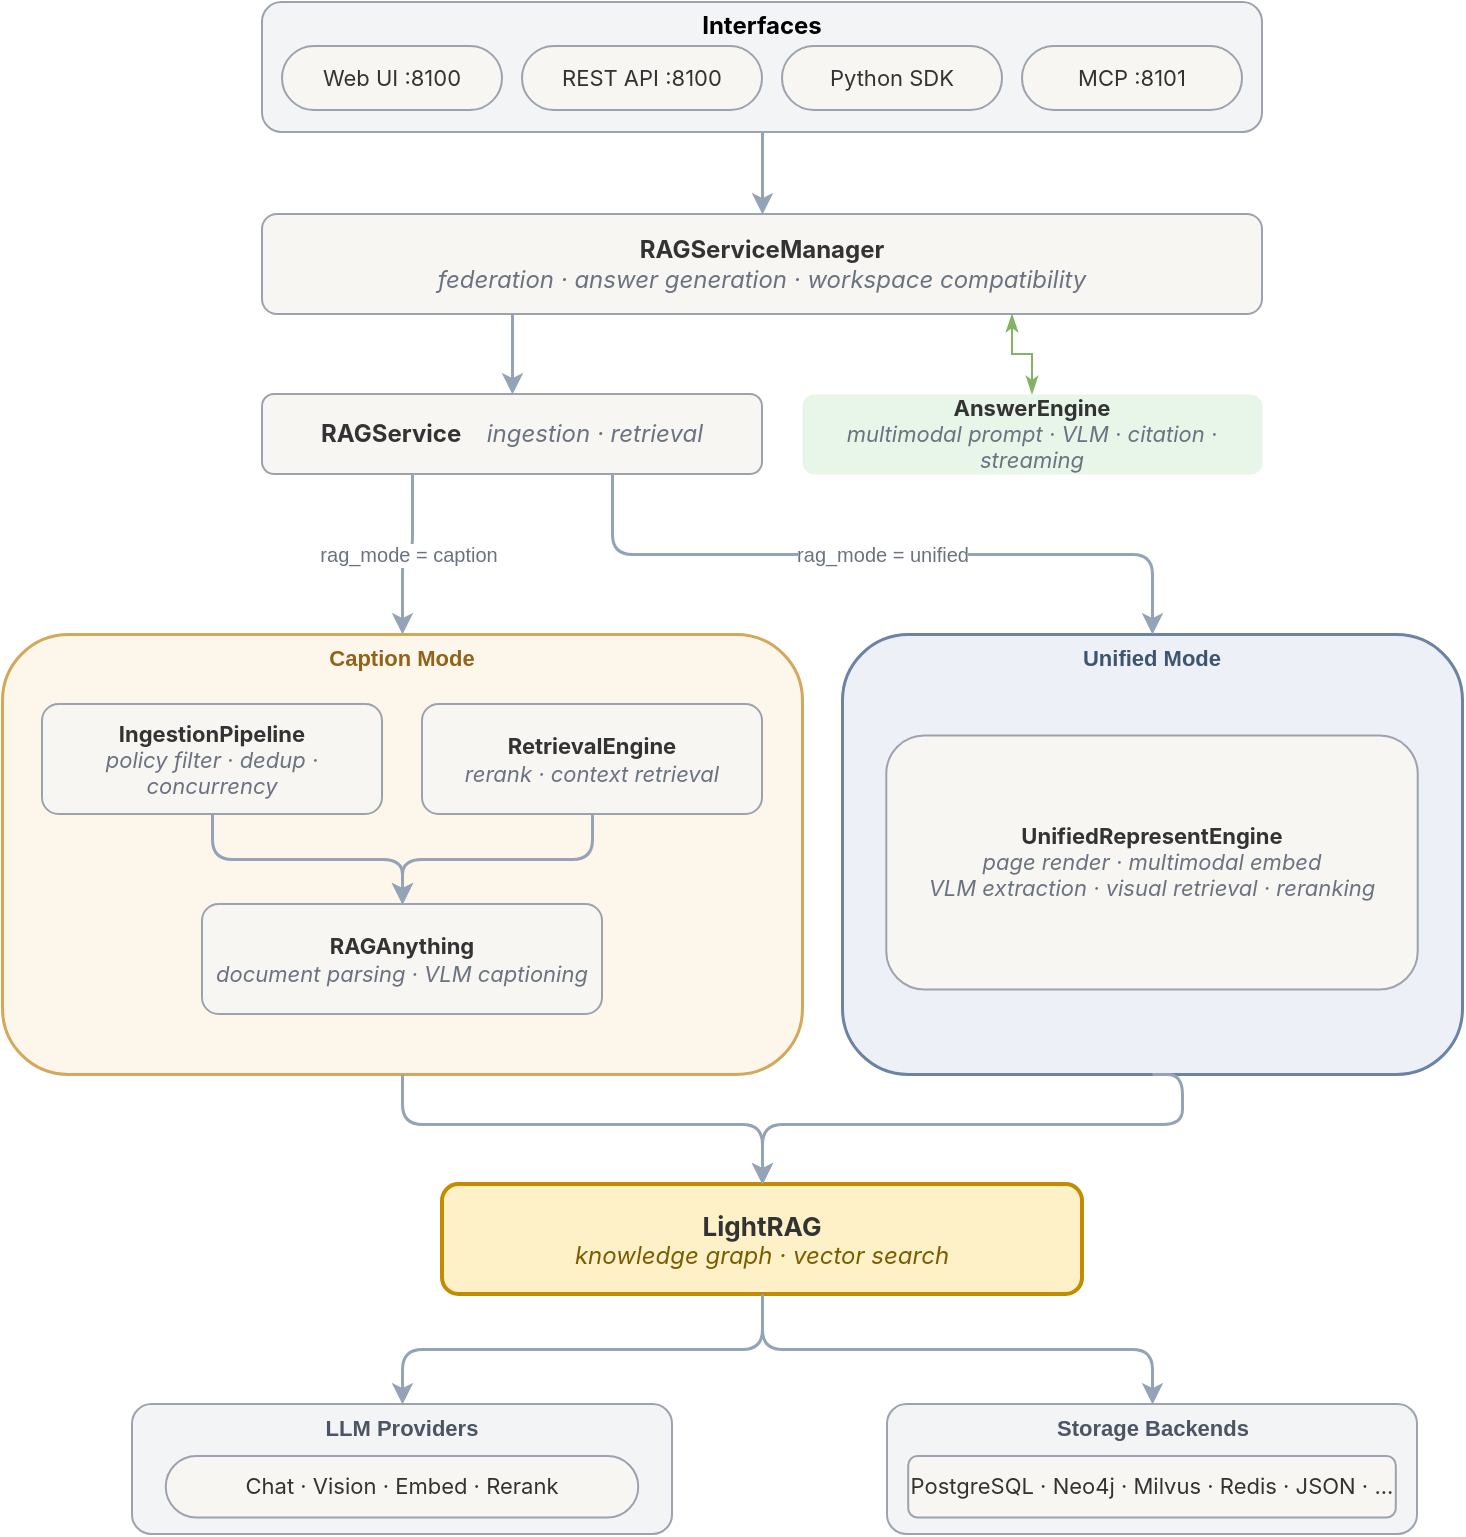
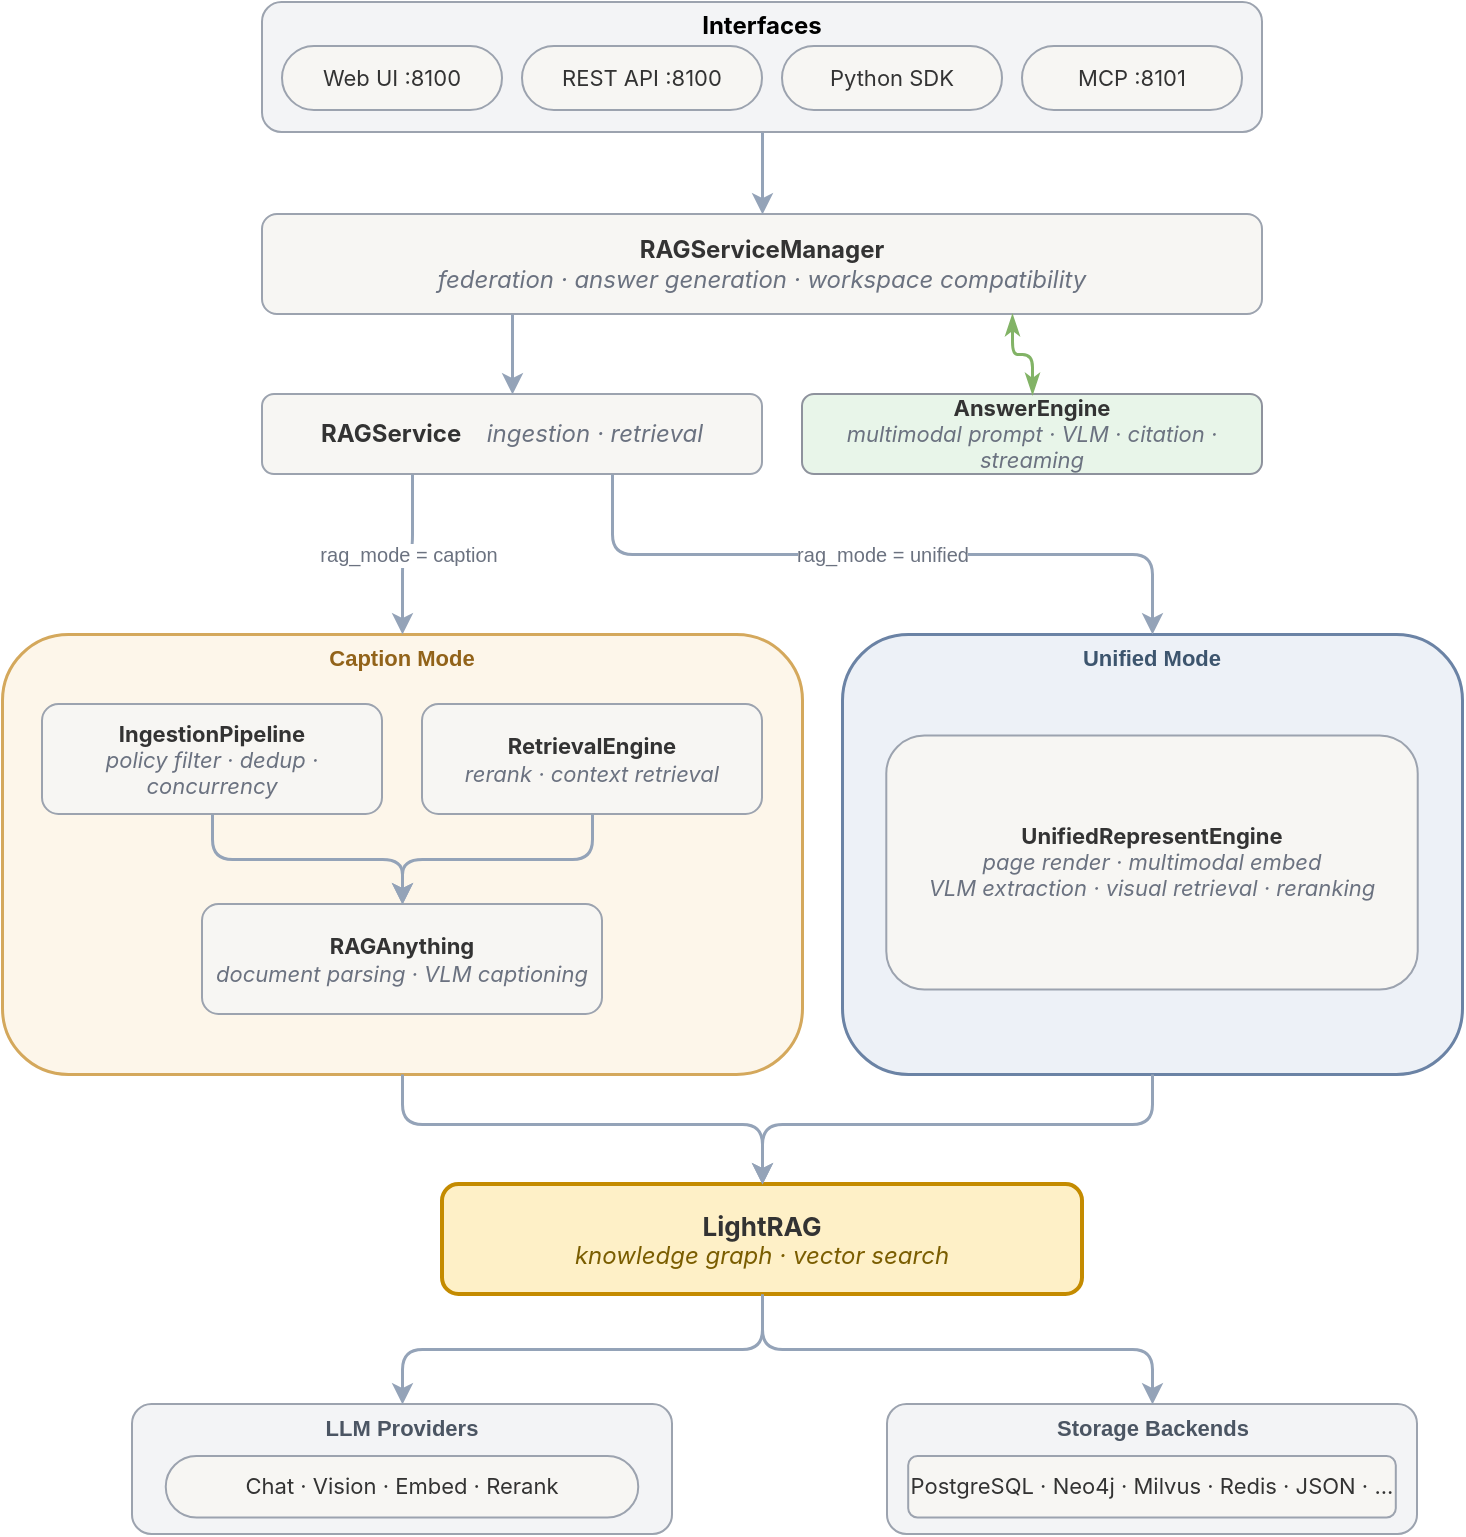
<mxfile host="Electron" agent="Mozilla/5.0 (Macintosh; Intel Mac OS X 10_15_7) AppleWebKit/537.36 (KHTML, like Gecko) draw.io/29.6.1 Chrome/142.0.7444.265 Electron/39.8.0 Safari/537.36" version="29.6.1">
  <diagram name="DlightRAG Architecture" id="arch">
-     <mxGraphModel dx="851" dy="952" grid="1" gridSize="10" guides="1" tooltips="1" connect="1" arrows="1" fold="1" page="0" pageScale="1" pageWidth="850" pageHeight="1100" math="0" shadow="0">
+     <mxGraphModel dx="649" dy="822" grid="1" gridSize="10" guides="1" tooltips="1" connect="1" arrows="1" fold="1" page="0" pageScale="1" pageWidth="850" pageHeight="1100" math="0" shadow="0">
      <root>
        <mxCell id="0" />
        <mxCell id="1" parent="0" />
        <mxCell id="interfaces" parent="1" style="rounded=1;whiteSpace=wrap;html=1;fillColor=#f3f4f6;strokeColor=#9ca3af;strokeWidth=1;verticalAlign=top;spacingTop=-2;container=1;collapsible=0;fontColor=#4b5563;" value="&lt;font face=&quot;Inter&quot; style=&quot;color: rgb(0, 0, 0);&quot;&gt;&lt;b style=&quot;&quot;&gt;Interfaces&lt;/b&gt;&lt;/font&gt;" vertex="1">
          <mxGeometry height="65" width="500" x="200" y="-6" as="geometry" />
        </mxCell>
        <mxCell id="webui" parent="interfaces" style="rounded=1;whiteSpace=wrap;html=1;fillColor=#f7f6f3;strokeColor=#9ca3af;fontSize=11;fontFamily=Inter;arcSize=50;fontColor=#333333;" value="Web UI :8100" vertex="1">
          <mxGeometry height="32" width="110" x="10" y="22" as="geometry" />
        </mxCell>
        <mxCell id="rest" parent="interfaces" style="rounded=1;whiteSpace=wrap;html=1;fillColor=#f7f6f3;strokeColor=#9ca3af;fontSize=11;fontFamily=Inter;arcSize=50;fontColor=#333333;" value="REST API :8100" vertex="1">
          <mxGeometry height="32" width="120" x="130" y="22" as="geometry" />
        </mxCell>
        <mxCell id="sdk" parent="interfaces" style="rounded=1;whiteSpace=wrap;html=1;fillColor=#f7f6f3;strokeColor=#9ca3af;fontSize=11;fontFamily=Inter;arcSize=50;fontColor=#333333;" value="Python SDK" vertex="1">
          <mxGeometry height="32" width="110" x="260" y="22" as="geometry" />
        </mxCell>
        <mxCell id="mcp" parent="interfaces" style="rounded=1;whiteSpace=wrap;html=1;fillColor=#f7f6f3;strokeColor=#9ca3af;fontSize=11;fontFamily=Inter;arcSize=50;fontColor=#333333;" value="MCP :8101" vertex="1">
          <mxGeometry height="32" width="110" x="380" y="22" as="geometry" />
        </mxCell>
        <mxCell id="rsm" parent="1" style="rounded=1;whiteSpace=wrap;html=1;fillColor=#f7f6f3;strokeColor=#9ca3af;fontSize=12;fontFamily=Inter;fontColor=#333333;" value="&lt;b&gt;RAGServiceManager&lt;/b&gt;&lt;br&gt;&lt;i style=&#39;color:#6b7280&#39;&gt;federation · answer generation · workspace compatibility&lt;/i&gt;" vertex="1">
          <mxGeometry height="50" width="500" x="200" y="100" as="geometry" />
        </mxCell>
-         <mxCell id="ae" parent="1" style="rounded=1;whiteSpace=wrap;html=1;fillColor=light-dark(#e8f5e9, #f7f6f2);strokeColor=none;strokeWidth=1.5;fontSize=11;fontFamily=Inter;fontColor=#333333;" value="&lt;b&gt;AnswerEngine&lt;/b&gt;&lt;br&gt;&lt;i style=&quot;color:#6b7280&quot;&gt;multimodal prompt · VLM · citation · streaming&lt;/i&gt;" vertex="1">
+         <mxCell id="ae" parent="1" style="rounded=1;whiteSpace=wrap;html=1;fillColor=light-dark(#e8f5e9, #f7f6f2);strokeColor=#8E929D;strokeWidth=1;fontSize=11;fontFamily=Inter;fontColor=#333333;" value="&lt;b&gt;AnswerEngine&lt;/b&gt;&lt;br&gt;&lt;i style=&quot;color:#6b7280&quot;&gt;multimodal prompt · VLM · citation · streaming&lt;/i&gt;" vertex="1">
          <mxGeometry height="40" width="230" x="470" y="190" as="geometry" />
        </mxCell>
        <mxCell id="rs" parent="1" style="rounded=1;whiteSpace=wrap;html=1;fillColor=#f7f6f3;strokeColor=#9ca3af;fontSize=12;fontFamily=Inter;fontColor=#333333;" value="&lt;b&gt;RAGService&lt;/b&gt; &amp;ensp; &lt;i style=&#39;color:#6b7280&#39;&gt;ingestion · retrieval&lt;/i&gt;" vertex="1">
          <mxGeometry height="40" width="250" x="200" y="190" as="geometry" />
        </mxCell>
        <mxCell id="caption" parent="1" style="rounded=1;whiteSpace=wrap;html=1;fillColor=#fdf6ea;strokeColor=#d4a85c;strokeWidth=1.5;verticalAlign=top;spacingTop=-2;container=1;collapsible=0;fontColor=#92631a;" value="&lt;b style=&#39;font-size:11px;color:#92631a&#39;&gt;Caption Mode&lt;/b&gt;" vertex="1">
          <mxGeometry height="220" width="400" x="70" y="310" as="geometry" />
        </mxCell>
        <mxCell id="ip" parent="caption" style="rounded=1;whiteSpace=wrap;html=1;fillColor=#f7f6f3;strokeColor=#9ca3af;fontSize=11;fontFamily=Inter;fontColor=#333333;" value="&lt;b&gt;IngestionPipeline&lt;/b&gt;&lt;br&gt;&lt;i style=&#39;color:#6b7280&#39;&gt;policy filter · dedup · concurrency&lt;/i&gt;" vertex="1">
          <mxGeometry height="55" width="170" x="20" y="35" as="geometry" />
        </mxCell>
        <mxCell id="re" parent="caption" style="rounded=1;whiteSpace=wrap;html=1;fillColor=#f7f6f3;strokeColor=#9ca3af;fontSize=11;fontFamily=Inter;fontColor=#333333;" value="&lt;b&gt;RetrievalEngine&lt;/b&gt;&lt;br&gt;&lt;i style=&#39;color:#6b7280&#39;&gt;rerank · context retrieval&lt;/i&gt;" vertex="1">
          <mxGeometry height="55" width="170" x="210" y="35" as="geometry" />
        </mxCell>
        <mxCell id="ra" parent="caption" style="rounded=1;whiteSpace=wrap;html=1;fillColor=#f7f6f3;strokeColor=#9ca3af;fontSize=11;fontFamily=Inter;fontColor=#333333;" value="&lt;b&gt;RAGAnything&lt;/b&gt;&lt;br&gt;&lt;i style=&#39;color:#6b7280&#39;&gt;document parsing · VLM captioning&lt;/i&gt;" vertex="1">
          <mxGeometry height="55" width="200" x="100" y="135" as="geometry" />
        </mxCell>
        <mxCell id="e5" edge="1" parent="caption" source="ip" style="edgeStyle=orthogonalEdgeStyle;rounded=1;orthogonalLoop=1;jettySize=auto;html=1;strokeColor=#94a3b8;strokeWidth=1.5;exitX=0.5;exitY=1;exitDx=0;exitDy=0;entryX=0.5;entryY=0;entryDx=0;entryDy=0;" target="ra">
          <mxGeometry relative="1" as="geometry" />
        </mxCell>
        <mxCell id="e6" edge="1" parent="caption" source="re" style="edgeStyle=orthogonalEdgeStyle;rounded=1;orthogonalLoop=1;jettySize=auto;html=1;strokeColor=#94a3b8;strokeWidth=1.5;exitX=0.5;exitY=1;exitDx=0;exitDy=0;entryX=0.5;entryY=0;entryDx=0;entryDy=0;" target="ra">
          <mxGeometry relative="1" as="geometry" />
        </mxCell>
        <mxCell id="unified" parent="1" style="rounded=1;whiteSpace=wrap;html=1;fillColor=#edf1f7;strokeColor=#6b83a5;strokeWidth=1.5;verticalAlign=top;spacingTop=-2;container=1;collapsible=0;fontColor=#3d556e;" value="&lt;b style=&#39;font-size:11px;color:#3d556e&#39;&gt;Unified Mode&lt;/b&gt;" vertex="1">
          <mxGeometry height="220" width="310" x="490" y="310" as="geometry" />
        </mxCell>
        <mxCell id="ure" parent="unified" style="rounded=1;whiteSpace=wrap;html=1;fillColor=#f7f6f3;strokeColor=#9ca3af;fontSize=11;fontFamily=Inter;fontColor=#333333;" value="&lt;b&gt;UnifiedRepresentEngine&lt;/b&gt;&lt;br&gt;&lt;i style=&#39;color:#6b7280&#39;&gt;page render · multimodal embed&lt;br&gt;VLM extraction · visual retrieval · reranking&lt;/i&gt;" vertex="1">
          <mxGeometry height="126.9230769230769" width="265.7142857142857" x="22.142857142857146" y="50.76923076923077" as="geometry" />
        </mxCell>
        <mxCell id="lr" parent="1" style="rounded=1;whiteSpace=wrap;html=1;fillColor=#fef0c7;strokeColor=#c48b00;strokeWidth=2;fontSize=12;fontFamily=Inter;fontColor=#333333;" value="&lt;b style=&#39;font-size:13px&#39;&gt;LightRAG&lt;/b&gt;&lt;br&gt;&lt;i style=&#39;color:#7a5d00&#39;&gt;knowledge graph · vector search&lt;/i&gt;" vertex="1">
          <mxGeometry height="55" width="320" x="290" y="585" as="geometry" />
        </mxCell>
        <mxCell id="providers" parent="1" style="rounded=1;whiteSpace=wrap;html=1;fillColor=#f3f4f6;strokeColor=#9ca3af;strokeWidth=1;verticalAlign=top;spacingTop=-2;container=1;collapsible=0;fontColor=#4b5563;" value="&lt;b style=&#39;font-size:11px;color:#4b5563&#39;&gt;LLM Providers&lt;/b&gt;" vertex="1">
          <mxGeometry height="65" width="270" x="135" y="695" as="geometry" />
        </mxCell>
        <mxCell id="p" parent="providers" style="rounded=1;whiteSpace=wrap;html=1;fillColor=#f7f6f3;strokeColor=#9ca3af;fontSize=11;fontFamily=Inter;arcSize=50;fontColor=#333333;" value="Chat · Vision · Embed · Rerank" vertex="1">
          <mxGeometry height="30.72727272727273" width="236.25" x="16.875" y="26" as="geometry" />
        </mxCell>
        <mxCell id="storage" parent="1" style="rounded=1;whiteSpace=wrap;html=1;fillColor=#f3f4f6;strokeColor=#9ca3af;strokeWidth=1;verticalAlign=top;spacingTop=-2;container=1;collapsible=0;fontColor=#4b5563;" value="&lt;b style=&#39;font-size:11px;color:#4b5563&#39;&gt;Storage Backends&lt;/b&gt;" vertex="1">
          <mxGeometry height="65" width="265" x="512.5" y="695" as="geometry" />
        </mxCell>
        <mxCell id="s" parent="storage" style="rounded=1;whiteSpace=wrap;html=1;fillColor=#f7f6f3;strokeColor=#9ca3af;fontSize=11;fontFamily=Inter;fontColor=#333333;" value="PostgreSQL · Neo4j · Milvus · Redis · JSON · ..." vertex="1">
          <mxGeometry height="30.72727272727273" width="243.8" x="10.600000000000001" y="26" as="geometry" />
        </mxCell>
        <mxCell id="e1" edge="1" parent="1" source="interfaces" style="edgeStyle=orthogonalEdgeStyle;rounded=1;orthogonalLoop=1;jettySize=auto;html=1;strokeColor=#94a3b8;strokeWidth=1.5;exitX=0.5;exitY=1;exitDx=0;exitDy=0;entryX=0.5;entryY=0;entryDx=0;entryDy=0;" target="rsm">
          <mxGeometry relative="1" as="geometry" />
        </mxCell>
        <mxCell id="e2" edge="1" parent="1" source="rsm" style="edgeStyle=orthogonalEdgeStyle;rounded=1;orthogonalLoop=1;jettySize=auto;html=1;strokeColor=#94a3b8;strokeWidth=1.5;exitX=0.25;exitY=1;exitDx=0;exitDy=0;entryX=0.5;entryY=0;entryDx=0;entryDy=0;" target="rs">
          <mxGeometry relative="1" as="geometry" />
        </mxCell>
        <mxCell id="e3" edge="1" parent="1" source="rs" style="edgeStyle=orthogonalEdgeStyle;rounded=1;orthogonalLoop=1;jettySize=auto;html=1;strokeColor=#94a3b8;strokeWidth=1.5;fontSize=10;fontColor=#6b7280;exitX=0.3;exitY=1;exitDx=0;exitDy=0;entryX=0.5;entryY=0;entryDx=0;entryDy=0;" target="caption" value="rag_mode = caption">
          <mxGeometry relative="1" as="geometry" />
        </mxCell>
        <mxCell id="e4" edge="1" parent="1" source="rs" style="edgeStyle=orthogonalEdgeStyle;rounded=1;orthogonalLoop=1;jettySize=auto;html=1;strokeColor=#94a3b8;strokeWidth=1.5;fontSize=10;fontColor=#6b7280;exitX=0.7;exitY=1;exitDx=0;exitDy=0;entryX=0.5;entryY=0;entryDx=0;entryDy=0;" target="unified" value="rag_mode = unified">
          <mxGeometry relative="1" as="geometry" />
        </mxCell>
        <mxCell id="e7" edge="1" parent="1" source="caption" style="edgeStyle=orthogonalEdgeStyle;rounded=1;orthogonalLoop=1;jettySize=auto;html=1;strokeColor=#94a3b8;strokeWidth=1.5;exitX=0.5;exitY=1;exitDx=0;exitDy=0;entryX=0.5;entryY=0;entryDx=0;entryDy=0;" target="lr">
          <mxGeometry relative="1" as="geometry">
            <Array as="points">
              <mxPoint x="270" y="555" />
              <mxPoint x="450" y="555" />
            </Array>
            <mxPoint x="280" y="535" as="sourcePoint" />
            <mxPoint x="420" y="580" as="targetPoint" />
          </mxGeometry>
        </mxCell>
        <mxCell id="e8" edge="1" parent="1" source="unified" style="edgeStyle=orthogonalEdgeStyle;rounded=1;orthogonalLoop=1;jettySize=auto;html=1;strokeColor=#94a3b8;strokeWidth=1.5;entryX=0.5;entryY=0;entryDx=0;entryDy=0;exitX=0.5;exitY=1;exitDx=0;exitDy=0;" target="lr">
          <mxGeometry relative="1" as="geometry">
            <Array as="points">
-               <mxPoint x="660" y="555" />
+               <mxPoint x="645" y="555" />
              <mxPoint x="450" y="555" />
            </Array>
            <mxPoint x="660" y="530" as="sourcePoint" />
            <mxPoint x="450" y="580" as="targetPoint" />
          </mxGeometry>
        </mxCell>
        <mxCell id="e9" edge="1" parent="1" source="lr" style="edgeStyle=orthogonalEdgeStyle;rounded=1;orthogonalLoop=1;jettySize=auto;html=1;strokeColor=#94a3b8;strokeWidth=1.5;exitX=0.5;exitY=1;exitDx=0;exitDy=0;entryX=0.5;entryY=0;entryDx=0;entryDy=0;" target="providers">
          <mxGeometry relative="1" as="geometry" />
        </mxCell>
        <mxCell id="e10" edge="1" parent="1" source="lr" style="edgeStyle=orthogonalEdgeStyle;rounded=1;orthogonalLoop=1;jettySize=auto;html=1;strokeColor=#94a3b8;strokeWidth=1.5;exitX=0.5;exitY=1;exitDx=0;exitDy=0;entryX=0.5;entryY=0;entryDx=0;entryDy=0;" target="storage">
          <mxGeometry relative="1" as="geometry" />
        </mxCell>
-         <mxCell id="4" edge="1" parent="1" source="ae" style="endArrow=classicThin;startArrow=classicThin;html=1;entryX=0.75;entryY=1;entryDx=0;entryDy=0;exitX=0.5;exitY=0;exitDx=0;exitDy=0;edgeStyle=orthogonalEdgeStyle;fillColor=#d5e8d4;strokeColor=light-dark(#82b366, #88a7c0);startFill=1;endFill=1;rounded=0;curved=0;" target="rsm" value="">
+         <mxCell id="4" edge="1" parent="1" source="ae" style="endArrow=classicThin;startArrow=classicThin;html=1;entryX=0.75;entryY=1;entryDx=0;entryDy=0;exitX=0.5;exitY=0;exitDx=0;exitDy=0;edgeStyle=orthogonalEdgeStyle;fillColor=#d5e8d4;strokeColor=light-dark(#82b366, #88a7c0);startFill=1;endFill=1;rounded=1;curved=0;strokeWidth=1.5;" target="rsm" value="">
          <mxGeometry height="50" relative="1" width="50" as="geometry">
            <mxPoint x="410" y="230" as="sourcePoint" />
            <mxPoint x="460" y="180" as="targetPoint" />
          </mxGeometry>
        </mxCell>
      </root>
    </mxGraphModel>
  </diagram>
</mxfile>
